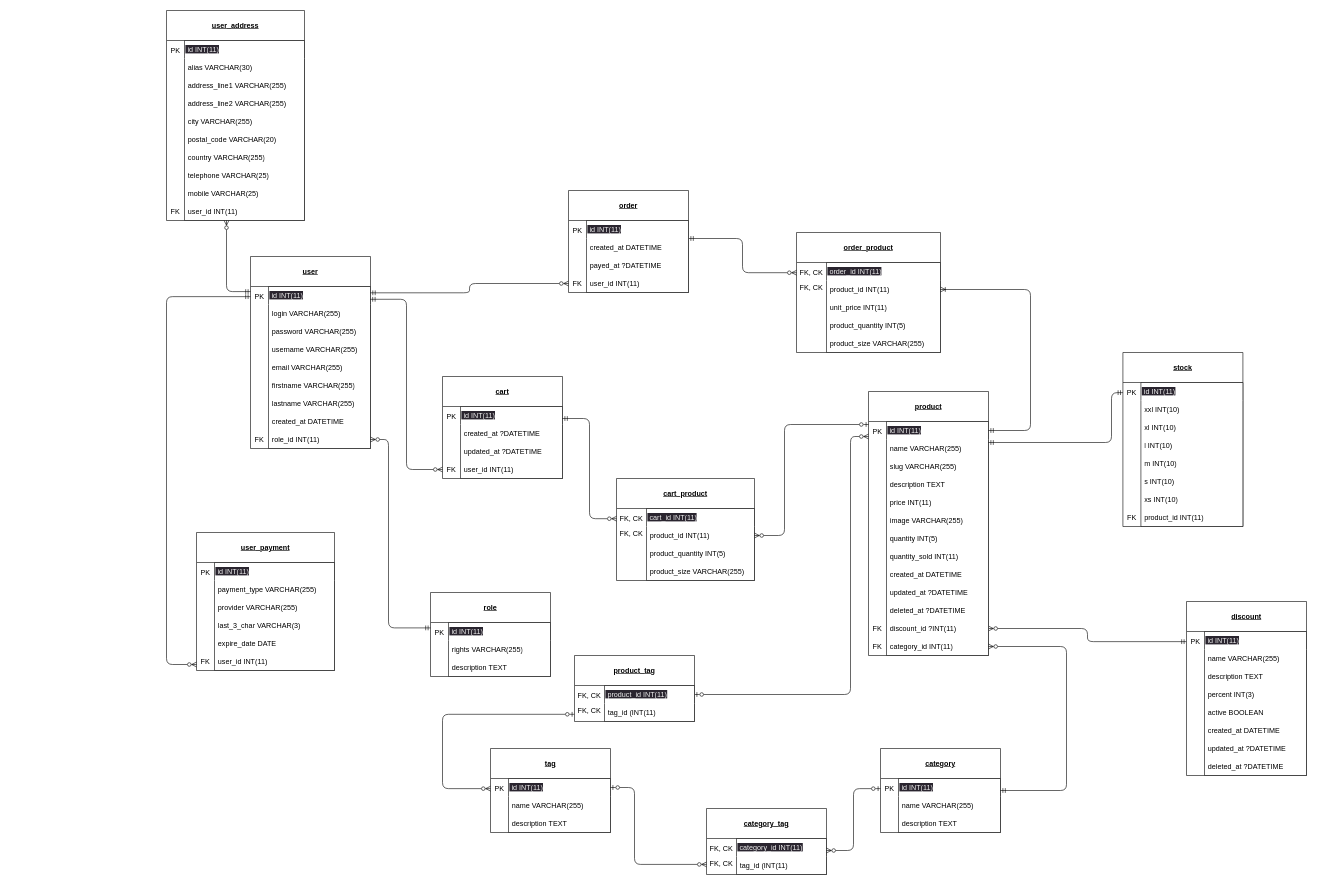
The draw.io diagram resources/mpd.drawio in felix-hauger/boutique-en-ligne, before the edit. Source tidied: cells renumbered, new cells numbered last; positions are measured from the earlier drawing's top-left corner, leaving out a move shared by most shapes. Both pictures are drawn from the tidied source at 60%, with x=0, y=0 at pixel (166, 10).
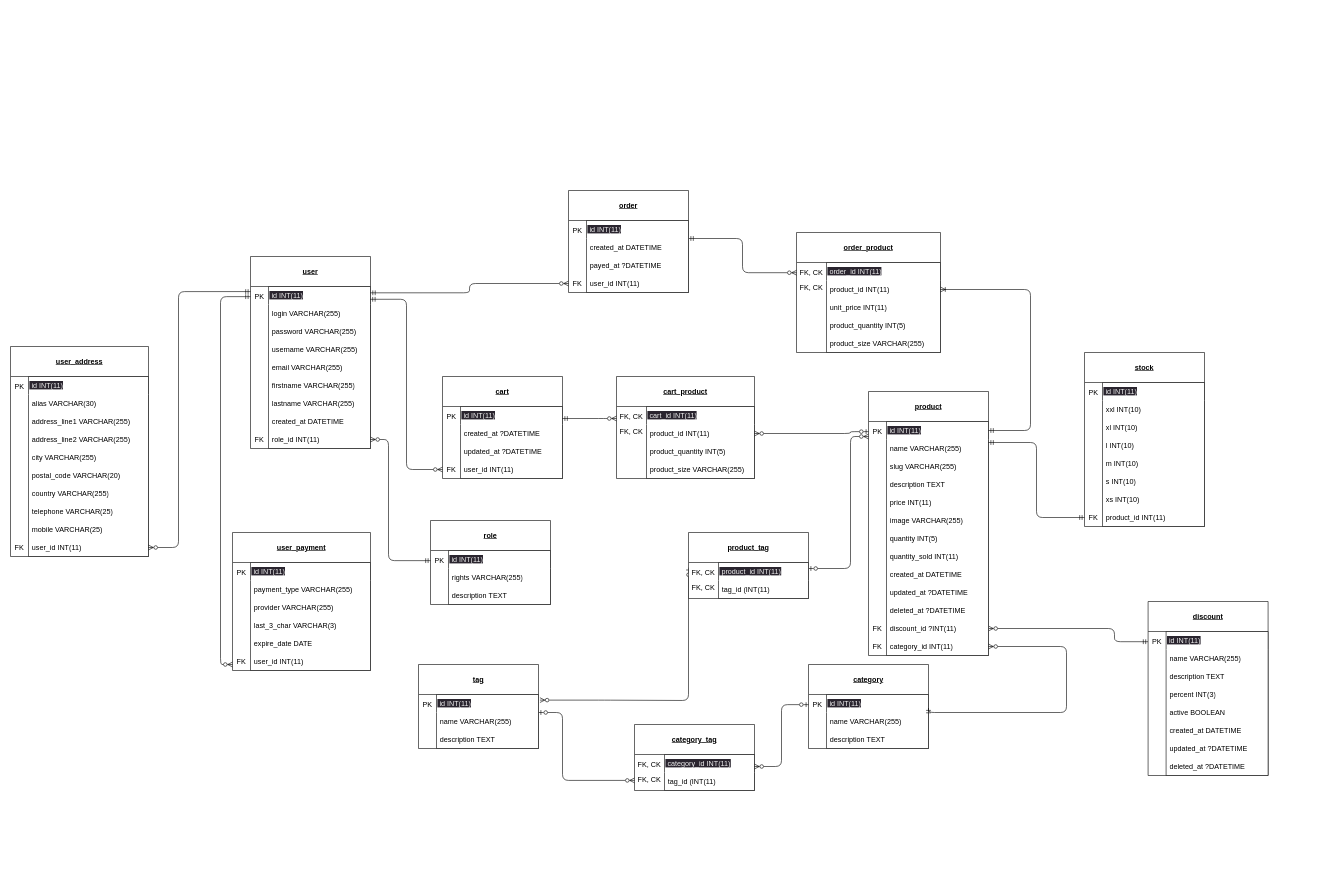
Above is the later version.

Unchanged cells that the change refers to:
```xml
<mxCell id="4" value="&lt;span style=&quot;color: rgb(240, 240, 240); font-family: Helvetica; font-size: 12px; font-style: normal; font-variant-ligatures: normal; font-variant-caps: normal; font-weight: 400; letter-spacing: normal; orphans: 2; text-align: left; text-indent: 0px; text-transform: none; widows: 2; word-spacing: 0px; -webkit-text-stroke-width: 0px; background-color: rgb(42, 37, 47); text-decoration-thickness: initial; text-decoration-style: initial; text-decoration-color: initial; float: none; display: inline !important;&quot;&gt;&amp;nbsp;id&amp;nbsp;INT(11)&lt;/span&gt;" style="swimlane;fontStyle=0;horizontal=1;startSize=30;whiteSpace=wrap;html=1;swimlaneFillColor=default;swimlaneLine=0;align=left;" parent="3" vertex="1">
  <mxGeometry x="30" y="50" width="170" height="390" as="geometry" />
</mxCell>
<mxCell id="15" value="discount_id ?INT(11)" style="text;strokeColor=none;fillColor=none;align=left;verticalAlign=middle;spacingLeft=4;spacingRight=4;overflow=hidden;points=[[0,0.5],[1,0.5]];portConstraint=eastwest;whiteSpace=wrap;html=1;" parent="4" vertex="1">
  <mxGeometry y="330" width="170" height="30" as="geometry" />
</mxCell>
<mxCell id="16" value="category_id&amp;nbsp;INT(11)" style="text;strokeColor=none;fillColor=none;align=left;verticalAlign=middle;spacingLeft=4;spacingRight=4;overflow=hidden;points=[[0,0.5],[1,0.5]];portConstraint=eastwest;whiteSpace=wrap;html=1;" parent="4" vertex="1">
  <mxGeometry y="360" width="170" height="30" as="geometry" />
</mxCell>
<mxCell id="17" value="PK" style="text;html=1;strokeColor=none;fillColor=none;align=center;verticalAlign=middle;whiteSpace=wrap;rounded=0;" parent="3" vertex="1">
  <mxGeometry y="50" width="30" height="33.8" as="geometry" />
</mxCell>
<mxCell id="29" value="PK" style="text;html=1;strokeColor=none;fillColor=none;align=center;verticalAlign=middle;whiteSpace=wrap;rounded=0;" parent="20" vertex="1">
  <mxGeometry y="50" width="30" height="33.8" as="geometry" />
</mxCell>
<mxCell id="30" value="FK" style="text;html=1;strokeColor=none;fillColor=none;align=center;verticalAlign=middle;whiteSpace=wrap;rounded=0;" parent="20" vertex="1">
  <mxGeometry y="260" width="30" height="30" as="geometry" />
</mxCell>
<mxCell id="40" value="PK" style="text;html=1;strokeColor=none;fillColor=none;align=center;verticalAlign=middle;whiteSpace=wrap;rounded=0;" parent="31" vertex="1">
  <mxGeometry y="50" width="30" height="33.8" as="geometry" />
</mxCell>
<mxCell id="43" value="&lt;span style=&quot;color: rgb(240, 240, 240); font-family: Helvetica; font-size: 12px; font-style: normal; font-variant-ligatures: normal; font-variant-caps: normal; font-weight: 400; letter-spacing: normal; orphans: 2; text-align: left; text-indent: 0px; text-transform: none; widows: 2; word-spacing: 0px; -webkit-text-stroke-width: 0px; background-color: rgb(42, 37, 47); text-decoration-thickness: initial; text-decoration-style: initial; text-decoration-color: initial; float: none; display: inline !important;&quot;&gt;&amp;nbsp;id&amp;nbsp;INT(11)&lt;/span&gt;" style="swimlane;fontStyle=0;horizontal=1;startSize=30;whiteSpace=wrap;html=1;swimlaneFillColor=default;swimlaneLine=0;align=left;" parent="42" vertex="1">
  <mxGeometry x="30" y="50" width="170" height="90" as="geometry" />
</mxCell>
<mxCell id="46" value="PK" style="text;html=1;strokeColor=none;fillColor=none;align=center;verticalAlign=middle;whiteSpace=wrap;rounded=0;" parent="42" vertex="1">
  <mxGeometry y="50" width="30" height="33.8" as="geometry" />
</mxCell>
<mxCell id="49" value="&lt;span style=&quot;color: rgb(240, 240, 240); font-family: Helvetica; font-size: 12px; font-style: normal; font-variant-ligatures: normal; font-variant-caps: normal; font-weight: 400; letter-spacing: normal; orphans: 2; text-align: left; text-indent: 0px; text-transform: none; widows: 2; word-spacing: 0px; -webkit-text-stroke-width: 0px; background-color: rgb(42, 37, 47); text-decoration-thickness: initial; text-decoration-style: initial; text-decoration-color: initial; float: none; display: inline !important;&quot;&gt;&amp;nbsp;id&amp;nbsp;INT(11)&lt;/span&gt;" style="swimlane;fontStyle=0;horizontal=1;startSize=30;whiteSpace=wrap;html=1;swimlaneFillColor=default;swimlaneLine=0;align=left;" parent="48" vertex="1">
  <mxGeometry x="30" y="50" width="170" height="90" as="geometry" />
</mxCell>
<mxCell id="52" value="PK" style="text;html=1;strokeColor=none;fillColor=none;align=center;verticalAlign=middle;whiteSpace=wrap;rounded=0;" parent="48" vertex="1">
  <mxGeometry y="50" width="30" height="33.8" as="geometry" />
</mxCell>
<mxCell id="54" value="&lt;span style=&quot;color: rgb(240, 240, 240); font-family: Helvetica; font-size: 12px; font-style: normal; font-variant-ligatures: normal; font-variant-caps: normal; font-weight: 400; letter-spacing: normal; orphans: 2; text-align: left; text-indent: 0px; text-transform: none; widows: 2; word-spacing: 0px; -webkit-text-stroke-width: 0px; background-color: rgb(42, 37, 47); text-decoration-thickness: initial; text-decoration-style: initial; text-decoration-color: initial; float: none; display: inline !important;&quot;&gt;&amp;nbsp;category_id INT(11)&lt;/span&gt;" style="swimlane;fontStyle=0;horizontal=1;startSize=30;whiteSpace=wrap;html=1;swimlaneFillColor=default;swimlaneLine=0;align=left;rounded=0;" parent="53" vertex="1">
  <mxGeometry x="50" y="50" width="150" height="60" as="geometry" />
</mxCell>
<mxCell id="57" value="FK, CK" style="text;html=1;strokeColor=none;fillColor=none;align=center;verticalAlign=middle;whiteSpace=wrap;rounded=0;" parent="53" vertex="1">
  <mxGeometry y="76.2" width="50" height="33.9" as="geometry" />
</mxCell>
<mxCell id="63" value="&lt;span style=&quot;color: rgb(240, 240, 240); font-family: Helvetica; font-size: 12px; font-style: normal; font-variant-ligatures: normal; font-variant-caps: normal; font-weight: 400; letter-spacing: normal; orphans: 2; text-align: left; text-indent: 0px; text-transform: none; widows: 2; word-spacing: 0px; -webkit-text-stroke-width: 0px; background-color: rgb(42, 37, 47); text-decoration-thickness: initial; text-decoration-style: initial; text-decoration-color: initial; float: none; display: inline !important;&quot;&gt;&amp;nbsp;product_id INT(11)&lt;/span&gt;" style="swimlane;fontStyle=0;horizontal=1;startSize=30;whiteSpace=wrap;html=1;swimlaneFillColor=default;swimlaneLine=0;align=left;rounded=0;" parent="62" vertex="1">
  <mxGeometry x="50" y="50" width="150" height="60" as="geometry" />
</mxCell>
<mxCell id="65" value="FK, CK" style="text;html=1;strokeColor=none;fillColor=none;align=center;verticalAlign=middle;whiteSpace=wrap;rounded=0;" parent="62" vertex="1">
  <mxGeometry y="50" width="50" height="33.9" as="geometry" />
</mxCell>
<mxCell id="66" value="FK, CK" style="text;html=1;strokeColor=none;fillColor=none;align=center;verticalAlign=middle;whiteSpace=wrap;rounded=0;" parent="62" vertex="1">
  <mxGeometry y="76.2" width="50" height="33.9" as="geometry" />
</mxCell>
<mxCell id="68" value="&lt;span style=&quot;color: rgb(240, 240, 240); font-family: Helvetica; font-size: 12px; font-style: normal; font-variant-ligatures: normal; font-variant-caps: normal; font-weight: 400; letter-spacing: normal; orphans: 2; text-align: left; text-indent: 0px; text-transform: none; widows: 2; word-spacing: 0px; -webkit-text-stroke-width: 0px; background-color: rgb(42, 37, 47); text-decoration-thickness: initial; text-decoration-style: initial; text-decoration-color: initial; float: none; display: inline !important;&quot;&gt;&amp;nbsp;id&amp;nbsp;INT(11)&lt;/span&gt;" style="swimlane;fontStyle=0;horizontal=1;startSize=30;whiteSpace=wrap;html=1;swimlaneFillColor=default;swimlaneLine=0;align=left;" parent="67" vertex="1">
  <mxGeometry x="30" y="50" width="170" height="120" as="geometry" />
</mxCell>
<mxCell id="83" value="product_id INT(11)" style="text;strokeColor=none;fillColor=none;align=left;verticalAlign=middle;spacingLeft=4;spacingRight=4;overflow=hidden;points=[[0,0.5],[1,0.5]];portConstraint=eastwest;whiteSpace=wrap;html=1;rounded=1;" parent="82" vertex="1">
  <mxGeometry y="30" width="180" height="30" as="geometry" />
</mxCell>
<mxCell id="86" value="FK, CK" style="text;html=1;strokeColor=none;fillColor=none;align=center;verticalAlign=middle;whiteSpace=wrap;rounded=0;" parent="81" vertex="1">
  <mxGeometry y="50" width="50" height="33.9" as="geometry" />
</mxCell>
<mxCell id="107" value="role_id&amp;nbsp;INT(11)" style="text;strokeColor=none;fillColor=none;align=left;verticalAlign=middle;spacingLeft=4;spacingRight=4;overflow=hidden;points=[[0,0.5],[1,0.5]];portConstraint=eastwest;whiteSpace=wrap;html=1;" parent="99" vertex="1">
  <mxGeometry y="240" width="170" height="30" as="geometry" />
</mxCell>
<mxCell id="108" value="PK" style="text;html=1;strokeColor=none;fillColor=none;align=center;verticalAlign=middle;whiteSpace=wrap;rounded=0;" parent="98" vertex="1">
  <mxGeometry y="50" width="30" height="33.8" as="geometry" />
</mxCell>
<mxCell id="120" value="user_id INT(11)" style="text;strokeColor=none;fillColor=none;align=left;verticalAlign=middle;spacingLeft=4;spacingRight=4;overflow=hidden;points=[[0,0.5],[1,0.5]];portConstraint=eastwest;whiteSpace=wrap;html=1;" parent="111" vertex="1">
  <mxGeometry y="270" width="200" height="30" as="geometry" />
</mxCell>
<mxCell id="131" value="FK" style="text;html=1;strokeColor=none;fillColor=none;align=center;verticalAlign=middle;whiteSpace=wrap;rounded=0;" parent="123" vertex="1">
  <mxGeometry y="200" width="30" height="30" as="geometry" />
</mxCell>
<mxCell id="136" value="PK" style="text;html=1;strokeColor=none;fillColor=none;align=center;verticalAlign=middle;whiteSpace=wrap;rounded=0;" parent="132" vertex="1">
  <mxGeometry y="50" width="30" height="33.8" as="geometry" />
</mxCell>
```

The edit, as a diff of the source:
```diff
@@
     <mxCell id="2" style="edgeStyle=orthogonalEdgeStyle;html=1;endArrow=ERmandOne;endFill=0;startArrow=ERzeroToMany;startFill=0;" parent="1" edge="1" source="15" target="40">
-      <mxGeometry relative="1" as="geometry" />
+      <mxGeometry relative="1" as="geometry">
+        <Array as="points">
+          <mxPoint x="1580" y="1030" />
+          <mxPoint x="1580" y="1052" />
+        </Array>
+      </mxGeometry>
     </mxCell>
@@
     <mxCell id="20" value="&lt;u&gt;stock&lt;/u&gt;" style="swimlane;whiteSpace=wrap;html=1;rounded=0;strokeColor=default;startSize=50;swimlaneFillColor=default;" parent="1" vertex="1">
-      <mxGeometry x="1594" y="570" width="200" height="290" as="geometry" />
+      <mxGeometry x="1530" y="570" width="200" height="290" as="geometry" />
     </mxCell>
@@
     <mxCell id="31" value="&lt;u&gt;discount&lt;/u&gt;" style="swimlane;whiteSpace=wrap;html=1;rounded=0;strokeColor=default;startSize=50;swimlaneFillColor=default;" parent="1" vertex="1">
-      <mxGeometry x="1700" y="985" width="200" height="290" as="geometry" />
+      <mxGeometry x="1636" y="985" width="200" height="290" as="geometry" />
     </mxCell>
@@
-    <mxCell id="41" style="edgeStyle=orthogonalEdgeStyle;html=1;startArrow=ERmandOne;startFill=0;endArrow=ERmandOne;endFill=0;" parent="1" edge="1" source="29" target="4">
+    <mxCell id="41" style="edgeStyle=orthogonalEdgeStyle;html=1;startArrow=ERmandOne;startFill=0;endArrow=ERmandOne;endFill=0;exitX=0;exitY=0.5;exitDx=0;exitDy=0;" parent="1" edge="1" source="30" target="4">
       <mxGeometry relative="1" as="geometry">
         <Array as="points">
-          <mxPoint x="1575" y="637" />
-          <mxPoint x="1575" y="720" />
+          <mxPoint x="1450" y="845" />
+          <mxPoint x="1450" y="720" />
         </Array>
       </mxGeometry>
     </mxCell>
     <mxCell id="42" value="&lt;u&gt;category&lt;/u&gt;" style="swimlane;whiteSpace=wrap;html=1;rounded=0;strokeColor=default;startSize=50;swimlaneFillColor=default;" parent="1" vertex="1">
-      <mxGeometry x="1190" y="1230" width="200" height="140" as="geometry" />
+      <mxGeometry x="1070" y="1090" width="200" height="140" as="geometry" />
     </mxCell>
@@
-    <mxCell id="47" style="edgeStyle=orthogonalEdgeStyle;html=1;startArrow=ERzeroToMany;startFill=0;endArrow=ERmandOne;endFill=0;" parent="1" edge="1" source="16" target="43">
+    <mxCell id="47" style="edgeStyle=orthogonalEdgeStyle;html=1;startArrow=ERzeroToMany;startFill=0;endArrow=ERmandOne;endFill=0;entryX=1;entryY=0.25;entryDx=0;entryDy=0;" parent="1" edge="1" source="16" target="43">
       <mxGeometry relative="1" as="geometry">
         <Array as="points">
           <mxPoint x="1500" y="1060" />
-          <mxPoint x="1500" y="1300" />
+          <mxPoint x="1500" y="1170" />
+          <mxPoint x="1270" y="1170" />
         </Array>
       </mxGeometry>
     </mxCell>
     <mxCell id="48" value="&lt;u&gt;tag&lt;/u&gt;" style="swimlane;whiteSpace=wrap;html=1;rounded=0;strokeColor=default;startSize=50;swimlaneFillColor=default;" parent="1" vertex="1">
-      <mxGeometry x="540" y="1230" width="200" height="140" as="geometry" />
+      <mxGeometry x="420" y="1090" width="200" height="140" as="geometry" />
     </mxCell>
@@
     <mxCell id="53" value="&lt;u&gt;category_tag&lt;/u&gt;" style="swimlane;whiteSpace=wrap;html=1;rounded=0;strokeColor=default;startSize=50;swimlaneFillColor=default;" parent="1" vertex="1">
-      <mxGeometry x="900" y="1330" width="200" height="110" as="geometry" />
+      <mxGeometry x="780" y="1190" width="200" height="110" as="geometry" />
     </mxCell>
@@
     <mxCell id="58" style="edgeStyle=orthogonalEdgeStyle;html=1;entryX=0;entryY=0.5;entryDx=0;entryDy=0;startArrow=ERzeroToMany;startFill=0;endArrow=ERzeroToOne;endFill=0;" parent="1" edge="1" source="54" target="46">
       <mxGeometry relative="1" as="geometry">
         <Array as="points">
-          <mxPoint x="1145" y="1400" />
-          <mxPoint x="1145" y="1297" />
+          <mxPoint x="1025" y="1260" />
+          <mxPoint x="1025" y="1157" />
         </Array>
       </mxGeometry>
     </mxCell>
     <mxCell id="59" style="edgeStyle=orthogonalEdgeStyle;html=1;startArrow=ERzeroToMany;startFill=0;endArrow=ERzeroToOne;endFill=0;" parent="1" edge="1" source="57" target="49">
       <mxGeometry relative="1" as="geometry">
         <Array as="points">
-          <mxPoint x="780" y="1423" />
-          <mxPoint x="780" y="1295" />
+          <mxPoint x="660" y="1283" />
+          <mxPoint x="660" y="1170" />
         </Array>
       </mxGeometry>
     </mxCell>
-    <mxCell id="60" style="edgeStyle=orthogonalEdgeStyle;html=1;startArrow=ERzeroToMany;startFill=0;endArrow=ERzeroToOne;endFill=0;" parent="1" edge="1" source="52" target="66">
+    <mxCell id="60" style="edgeStyle=orthogonalEdgeStyle;html=1;startArrow=ERzeroToMany;startFill=0;endArrow=ERzeroToOne;endFill=0;exitX=1.014;exitY=0.104;exitDx=0;exitDy=0;exitPerimeter=0;entryX=0;entryY=0.25;entryDx=0;entryDy=0;" parent="1" edge="1" source="49" target="65">
       <mxGeometry relative="1" as="geometry">
         <Array as="points">
-          <mxPoint x="460" y="1297" />
-          <mxPoint x="460" y="1173" />
+          <mxPoint x="730" y="1149" />
+          <mxPoint x="870" y="1150" />
         </Array>
       </mxGeometry>
     </mxCell>
     <mxCell id="61" style="edgeStyle=orthogonalEdgeStyle;html=1;startArrow=ERzeroToMany;startFill=0;endArrow=ERzeroToOne;endFill=0;" parent="1" edge="1" source="17" target="63">
       <mxGeometry relative="1" as="geometry">
         <Array as="points">
           <mxPoint x="1140" y="710" />
-          <mxPoint x="1140" y="1140" />
+          <mxPoint x="1140" y="930" />
         </Array>
       </mxGeometry>
     </mxCell>
     <mxCell id="62" value="&lt;u&gt;product_tag&lt;/u&gt;" style="swimlane;whiteSpace=wrap;html=1;rounded=0;strokeColor=default;startSize=50;swimlaneFillColor=default;" parent="1" vertex="1">
-      <mxGeometry x="680" y="1075" width="200" height="110" as="geometry" />
+      <mxGeometry x="870" y="870" width="200" height="110" as="geometry" />
     </mxCell>
@@
     <mxCell id="81" value="&lt;u&gt;cart_product&lt;/u&gt;" style="swimlane;whiteSpace=wrap;html=1;rounded=0;strokeColor=default;startSize=50;swimlaneFillColor=default;" parent="1" vertex="1">
-      <mxGeometry x="750" y="780" width="230" height="170" as="geometry" />
+      <mxGeometry x="750" y="610" width="230" height="170" as="geometry" />
     </mxCell>
@@
     <mxCell id="96" style="edgeStyle=orthogonalEdgeStyle;html=1;startArrow=ERzeroToMany;startFill=0;endArrow=ERmandOne;endFill=0;entryX=1;entryY=0.167;entryDx=0;entryDy=0;entryPerimeter=0;" parent="1" edge="1" source="86" target="68">
-      <mxGeometry relative="1" as="geometry" />
+      <mxGeometry relative="1" as="geometry">
+        <Array as="points">
+          <mxPoint x="730" y="680" />
+          <mxPoint x="730" y="680" />
+        </Array>
+      </mxGeometry>
     </mxCell>
-    <mxCell id="97" style="edgeStyle=orthogonalEdgeStyle;html=1;startArrow=ERzeroToMany;startFill=0;endArrow=ERzeroToOne;endFill=0;" parent="1" edge="1" source="83" target="17">
+    <mxCell id="97" style="edgeStyle=orthogonalEdgeStyle;html=1;startArrow=ERzeroToMany;startFill=0;endArrow=ERzeroToOne;endFill=0;exitX=1;exitY=0.5;exitDx=0;exitDy=0;entryX=0;entryY=0.5;entryDx=0;entryDy=0;" parent="1" edge="1" source="83" target="17">
       <mxGeometry relative="1" as="geometry">
         <Array as="points">
-          <mxPoint x="1030" y="875" />
-          <mxPoint x="1030" y="690" />
+          <mxPoint x="1140" y="705" />
+          <mxPoint x="1140" y="702" />
         </Array>
       </mxGeometry>
     </mxCell>
@@
     <mxCell id="110" value="&lt;u&gt;user_address&lt;/u&gt;" style="swimlane;whiteSpace=wrap;html=1;rounded=0;strokeColor=default;startSize=50;swimlaneFillColor=default;" parent="1" vertex="1">
-      <mxGeometry width="230" height="350" as="geometry" />
+      <mxGeometry x="-260" y="560" width="230" height="350" as="geometry" />
     </mxCell>
@@
     <mxCell id="123" value="&lt;u&gt;user_payment&lt;/u&gt;" style="swimlane;whiteSpace=wrap;html=1;rounded=0;strokeColor=default;startSize=50;swimlaneFillColor=default;" parent="1" vertex="1">
-      <mxGeometry x="50" y="870" width="230" height="230" as="geometry" />
+      <mxGeometry x="110" y="870" width="230" height="230" as="geometry" />
     </mxCell>
@@
     <mxCell id="132" value="&lt;u&gt;role&lt;/u&gt;" style="swimlane;whiteSpace=wrap;html=1;rounded=0;strokeColor=default;startSize=50;swimlaneFillColor=default;" parent="1" vertex="1">
-      <mxGeometry x="440" y="970" width="200" height="140" as="geometry" />
+      <mxGeometry x="440" y="850" width="200" height="140" as="geometry" />
     </mxCell>
@@
-    <mxCell id="138" style="edgeStyle=orthogonalEdgeStyle;html=1;startArrow=ERzeroToMany;startFill=0;endArrow=ERmandOne;endFill=0;" parent="1" edge="1" source="107" target="136">
+    <mxCell id="138" style="edgeStyle=orthogonalEdgeStyle;html=1;startArrow=ERzeroToMany;startFill=0;endArrow=ERmandOne;endFill=0;entryX=0;entryY=0.5;entryDx=0;entryDy=0;" parent="1" edge="1" source="107" target="136">
       <mxGeometry relative="1" as="geometry">
         <Array as="points">
           <mxPoint x="370" y="715" />
-          <mxPoint x="370" y="1029" />
+          <mxPoint x="370" y="917" />
         </Array>
       </mxGeometry>
     </mxCell>
     <mxCell id="139" style="edgeStyle=orthogonalEdgeStyle;html=1;entryX=0;entryY=0.25;entryDx=0;entryDy=0;startArrow=ERzeroToMany;startFill=0;endArrow=ERmandOne;endFill=0;" parent="1" edge="1" source="120" target="108">
       <mxGeometry relative="1" as="geometry">
         <Array as="points">
-          <mxPoint x="100" y="469" />
+          <mxPoint x="20" y="895" />
+          <mxPoint x="20" y="468" />
         </Array>
       </mxGeometry>
     </mxCell>
     <mxCell id="140" style="edgeStyle=orthogonalEdgeStyle;html=1;startArrow=ERmandOne;startFill=0;endArrow=ERzeroToMany;endFill=0;" parent="1" edge="1" source="108" target="131">
       <mxGeometry relative="1" as="geometry">
         <Array as="points">
-          <mxPoint y="477" />
-          <mxPoint y="1090" />
+          <mxPoint x="90" y="477" />
+          <mxPoint x="90" y="1090" />
         </Array>
       </mxGeometry>
     </mxCell>
```
